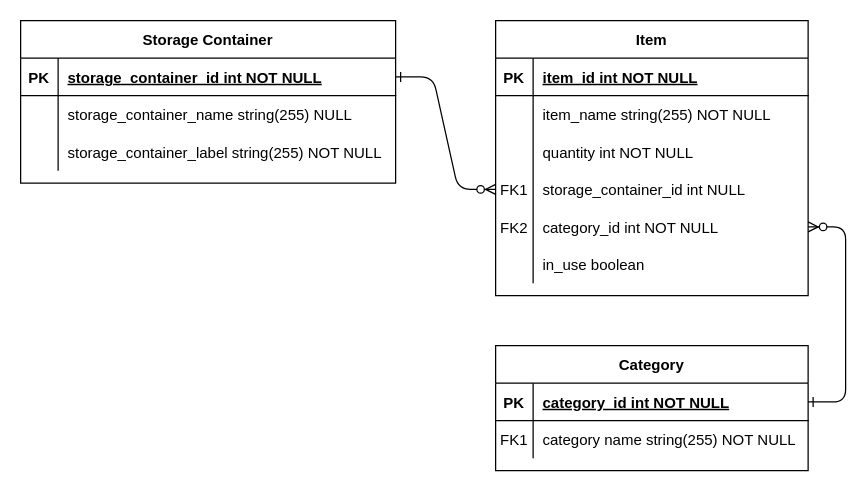
The draw.io diagram docs/requirements/v1.0/entity_relationship_diagram.drawio in werebear73/BoxContains, before the edit. Source tidied: cells renumbered, new cells numbered last; positions are measured from the earlier drawing's top-left corner, leaving out a move shared by most shapes. Both pictures are drawn from the tidied source at 125%, with x=0, y=0 at pixel (20, 20).
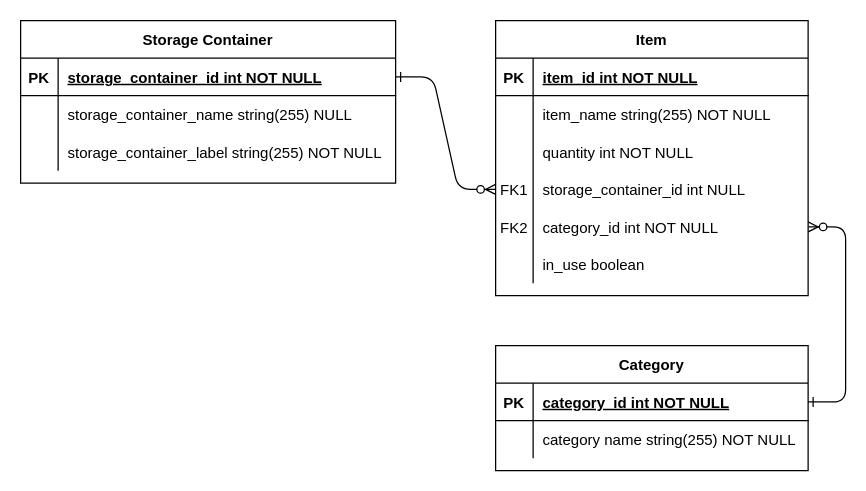
The same diagram, later.

Unchanged cells that the change refers to:
```xml
<mxCell id="26" style="shape=partialRectangle;fillColor=none;top=0;left=0;right=0;bottom=0;" parent="22" vertex="1">
  <mxGeometry y="60" width="250" height="30" as="geometry" />
</mxCell>
```

Change to the diagram source:
```diff
@@
-    <mxCell id="27" value="FK1" style="shape=partialRectangle;overflow=hidden;fillColor=none;top=0;left=0;bottom=0;right=0;" parent="26" vertex="1">
+    <mxCell id="27" style="shape=partialRectangle;overflow=hidden;fillColor=none;top=0;left=0;bottom=0;right=0;" parent="26" vertex="1">
       <mxGeometry width="30" height="30" as="geometry" />
     </mxCell>
```
